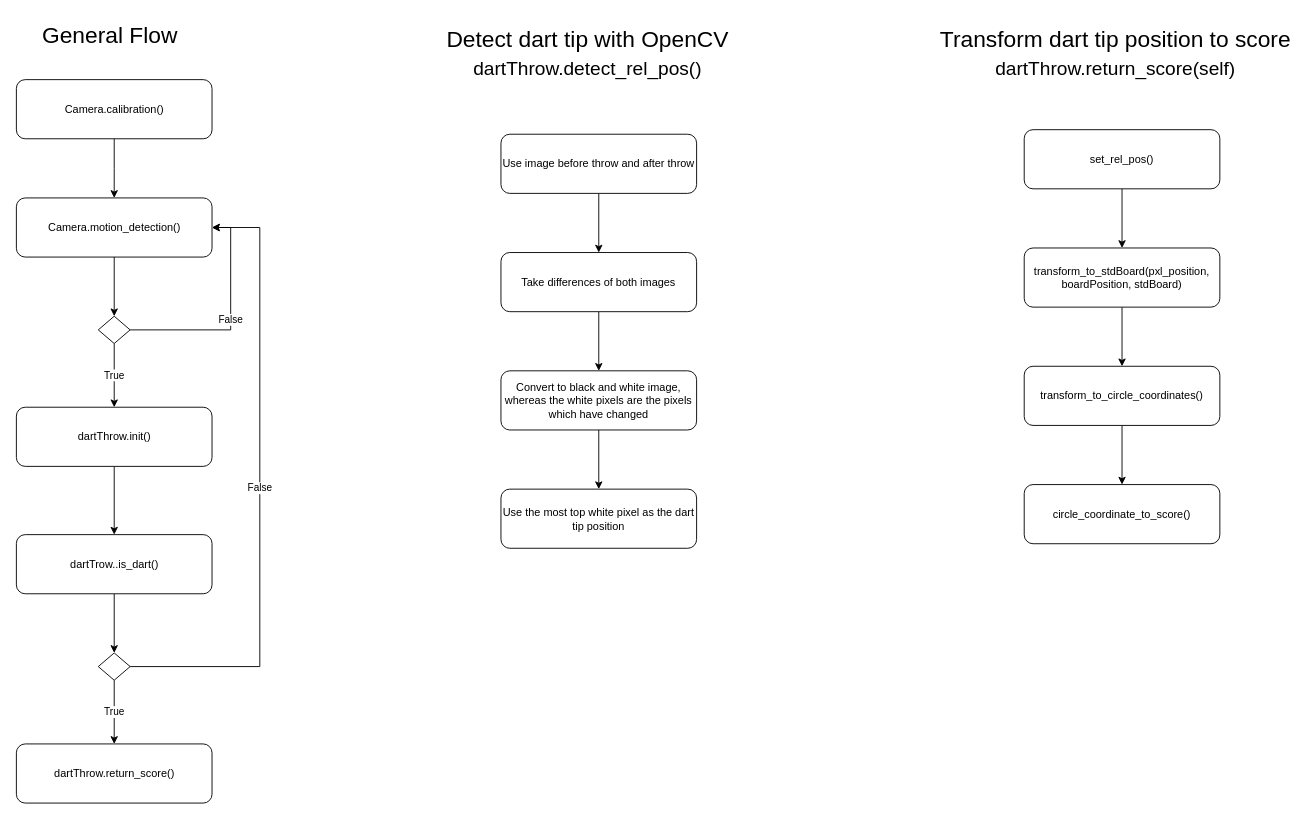
j0j0i996/dart-vader-detection keeps this draw.io diagram as page "Flow diagrams (UML)" (1 of 2) of dart_project.drawio. Above is the earlier version. Source tidied: cells renumbered, new cells numbered last; positions are measured from the earlier drawing's top-left corner, leaving out a move shared by most shapes. Both pictures are drawn from the tidied source at 91%, with x=0, y=0 at pixel (15, 15).
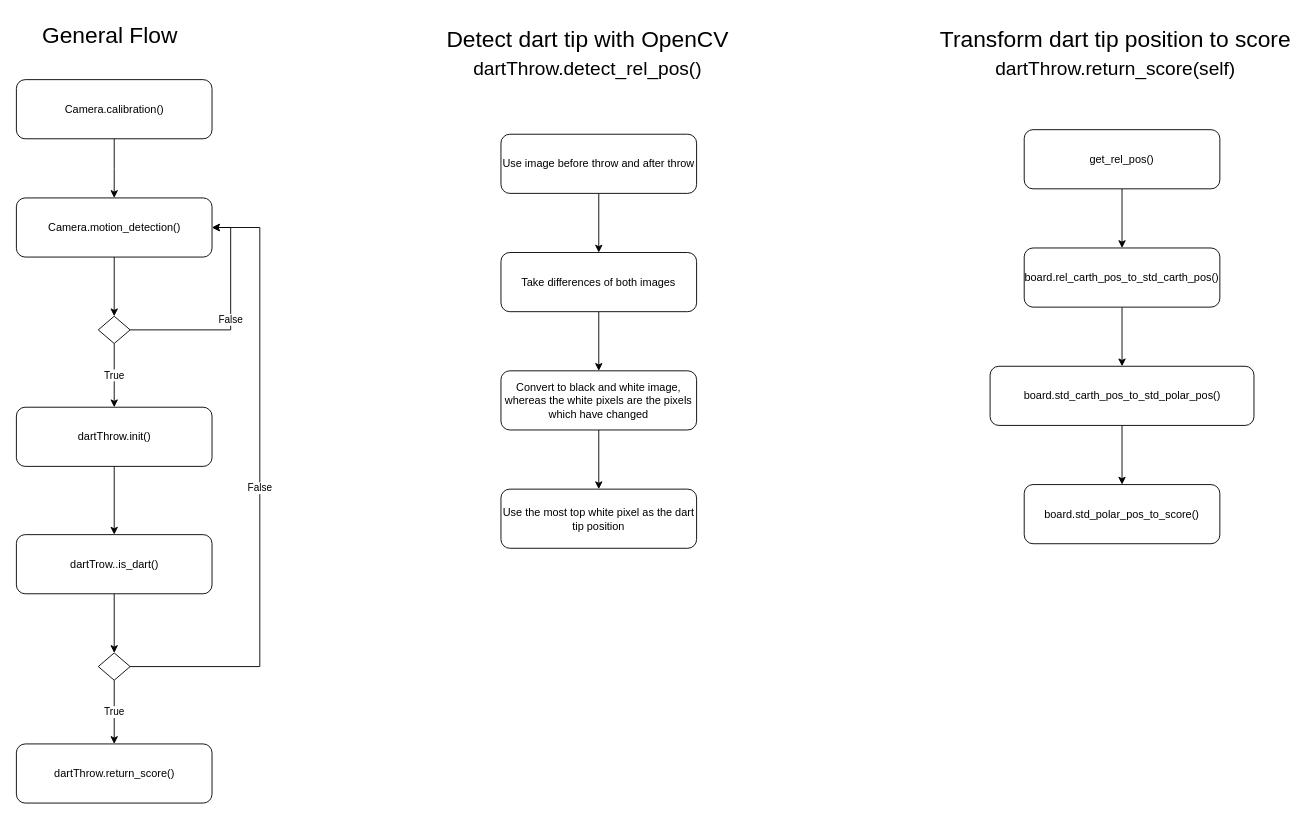
Above is the later version.

Diff of the diagram source:
```diff
@@
-    <mxCell id="20" value="set_rel_pos()" style="rounded=1;whiteSpace=wrap;html=1;fontSize=12;glass=0;strokeWidth=1;shadow=0;align=center;" parent="1" vertex="1">
+    <mxCell id="20" value="get_rel_pos()" style="rounded=1;whiteSpace=wrap;html=1;fontSize=12;glass=0;strokeWidth=1;shadow=0;align=center;" parent="1" vertex="1">
       <mxGeometry x="1108" y="125" width="215" height="65" as="geometry" />
     </mxCell>
@@
-    <mxCell id="22" value="transform_to_stdBoard(pxl_position, boardPosition, stdBoard)" style="rounded=1;whiteSpace=wrap;html=1;fontSize=12;glass=0;strokeWidth=1;shadow=0;align=center;" parent="1" vertex="1">
+    <mxCell id="22" value="board.rel_carth_pos_to_std_carth_pos()" style="rounded=1;whiteSpace=wrap;html=1;fontSize=12;glass=0;strokeWidth=1;shadow=0;align=center;" parent="1" vertex="1">
       <mxGeometry x="1108" y="255" width="215" height="65" as="geometry" />
     </mxCell>
@@
-    <mxCell id="24" value="transform_to_circle_coordinates()" style="rounded=1;whiteSpace=wrap;html=1;fontSize=12;glass=0;strokeWidth=1;shadow=0;align=center;" parent="1" vertex="1">
-      <mxGeometry x="1108" y="385" width="215" height="65" as="geometry" />
+    <mxCell id="24" value="board.std_carth_pos_to_std_polar_pos()" style="rounded=1;whiteSpace=wrap;html=1;fontSize=12;glass=0;strokeWidth=1;shadow=0;align=center;" parent="1" vertex="1">
+      <mxGeometry x="1070.5" y="385" width="290" height="65" as="geometry" />
     </mxCell>
-    <mxCell id="25" value="circle_coordinate_to_score()" style="rounded=1;whiteSpace=wrap;html=1;fontSize=12;glass=0;strokeWidth=1;shadow=0;align=center;" parent="1" vertex="1">
+    <mxCell id="25" value="board.std_polar_pos_to_score()" style="rounded=1;whiteSpace=wrap;html=1;fontSize=12;glass=0;strokeWidth=1;shadow=0;align=center;" parent="1" vertex="1">
       <mxGeometry x="1108" y="515" width="215" height="65" as="geometry" />
     </mxCell>
```
